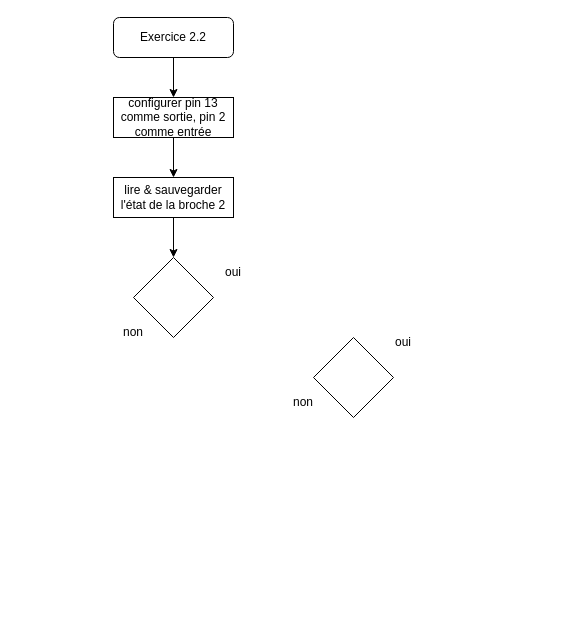
Before: Ex 2.2.drawio in AlcalinePT/Arduino, a draw.io diagram. Source tidied: cells renumbered, new cells numbered last; positions are measured from the earlier drawing's top-left corner, leaving out a move shared by most shapes. Both pictures are drawn from the tidied source at 100%, with x=0, y=0 at pixel (103, 17).
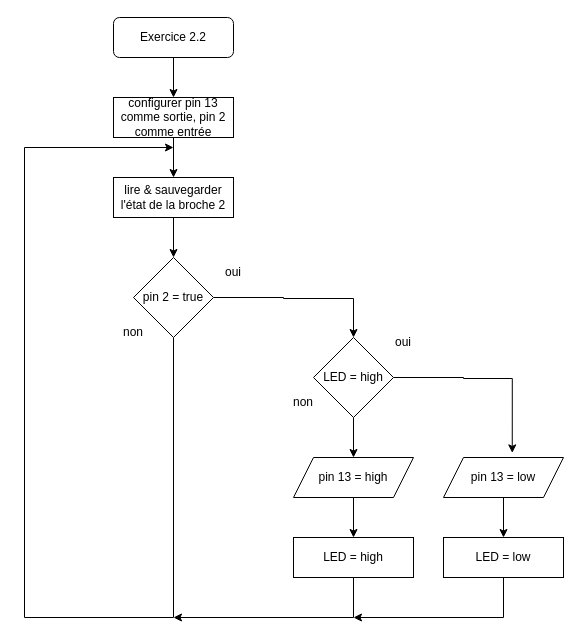
Above is the later version.

Change to the diagram source:
```diff
@@
+    <mxCell id="14" style="edgeStyle=orthogonalEdgeStyle;rounded=0;jettySize=auto;html=1;exitX=0.5;exitY=1;exitDx=0;exitDy=0;" parent="1" edge="1" source="8">
+      <mxGeometry relative="1" as="geometry">
+        <mxPoint x="70" y="130" as="targetPoint" />
+        <Array as="points">
+          <mxPoint x="70" y="600" />
+          <mxPoint x="-79" y="600" />
+          <mxPoint x="-79" y="130" />
+        </Array>
+      </mxGeometry>
+    </mxCell>
+    <mxCell id="15" style="edgeStyle=orthogonalEdgeStyle;rounded=0;jettySize=auto;html=1;exitX=1;exitY=0.5;exitDx=0;exitDy=0;entryX=0.5;entryY=0;entryDx=0;entryDy=0;" parent="1" edge="1" source="8" target="9">
+      <mxGeometry relative="1" as="geometry">
+        <Array as="points">
+          <mxPoint x="180" y="280" />
+          <mxPoint x="180" y="281" />
+          <mxPoint x="250" y="281" />
+        </Array>
+      </mxGeometry>
+    </mxCell>
-    <mxCell id="8" style="rhombus;whiteSpace=wrap;html=1;" parent="1" vertex="1">
+    <mxCell id="8" value="pin 2 = true" style="rhombus;whiteSpace=wrap;html=1;" parent="1" vertex="1">
       <mxGeometry x="30" y="240" width="80" height="80" as="geometry" />
     </mxCell>
+    <mxCell id="16" style="edgeStyle=orthogonalEdgeStyle;rounded=0;jettySize=auto;html=1;" parent="1" edge="1" source="9" target="19">
+      <mxGeometry relative="1" as="geometry" />
+    </mxCell>
+    <mxCell id="17" style="edgeStyle=orthogonalEdgeStyle;rounded=0;jettySize=auto;html=1;exitX=1;exitY=0.5;exitDx=0;exitDy=0;entryX=0.573;entryY=-0.115;entryDx=0;entryDy=0;entryPerimeter=0;" parent="1" edge="1" source="9" target="21">
+      <mxGeometry relative="1" as="geometry">
+        <Array as="points">
+          <mxPoint x="360" y="360" />
+          <mxPoint x="360" y="361" />
+          <mxPoint x="409" y="361" />
+        </Array>
+      </mxGeometry>
+    </mxCell>
-    <mxCell id="9" style="rhombus;whiteSpace=wrap;html=1;" parent="1" vertex="1">
+    <mxCell id="9" value="LED = high" style="rhombus;whiteSpace=wrap;html=1;" parent="1" vertex="1">
       <mxGeometry x="210" y="320" width="80" height="80" as="geometry" />
     </mxCell>
@@
+    <mxCell id="18" style="edgeStyle=orthogonalEdgeStyle;rounded=0;jettySize=auto;html=1;" parent="1" edge="1" source="19" target="23">
+      <mxGeometry relative="1" as="geometry" />
+    </mxCell>
+    <mxCell id="19" value="pin 13 = high" style="shape=parallelogram;perimeter=parallelogramPerimeter;whiteSpace=wrap;html=1;fixedSize=1;" parent="1" vertex="1">
+      <mxGeometry x="190" y="440" width="120" height="40" as="geometry" />
+    </mxCell>
+    <mxCell id="20" style="edgeStyle=orthogonalEdgeStyle;rounded=0;jettySize=auto;html=1;" parent="1" edge="1" source="21" target="25">
+      <mxGeometry relative="1" as="geometry" />
+    </mxCell>
+    <mxCell id="21" value="pin 13 = low" style="shape=parallelogram;perimeter=parallelogramPerimeter;whiteSpace=wrap;html=1;fixedSize=1;" parent="1" vertex="1">
+      <mxGeometry x="340" y="440" width="120" height="40" as="geometry" />
+    </mxCell>
+    <mxCell id="22" style="edgeStyle=orthogonalEdgeStyle;rounded=0;jettySize=auto;html=1;exitX=0.5;exitY=1;exitDx=0;exitDy=0;" parent="1" edge="1" source="23">
+      <mxGeometry relative="1" as="geometry">
+        <mxPoint x="70" y="600" as="targetPoint" />
+        <Array as="points">
+          <mxPoint x="250" y="600" />
+        </Array>
+      </mxGeometry>
+    </mxCell>
+    <mxCell id="23" value="LED = high" style="rounded=0;whiteSpace=wrap;html=1;" parent="1" vertex="1">
+      <mxGeometry x="190" y="520" width="120" height="40" as="geometry" />
+    </mxCell>
+    <mxCell id="24" style="edgeStyle=orthogonalEdgeStyle;rounded=0;jettySize=auto;html=1;exitX=0.5;exitY=1;exitDx=0;exitDy=0;" parent="1" edge="1" source="25">
+      <mxGeometry relative="1" as="geometry">
+        <mxPoint x="250" y="600" as="targetPoint" />
+        <Array as="points">
+          <mxPoint x="400" y="600" />
+        </Array>
+      </mxGeometry>
+    </mxCell>
+    <mxCell id="25" value="LED = low" style="rounded=0;whiteSpace=wrap;html=1;" parent="1" vertex="1">
+      <mxGeometry x="340" y="520" width="120" height="40" as="geometry" />
+    </mxCell>
```
